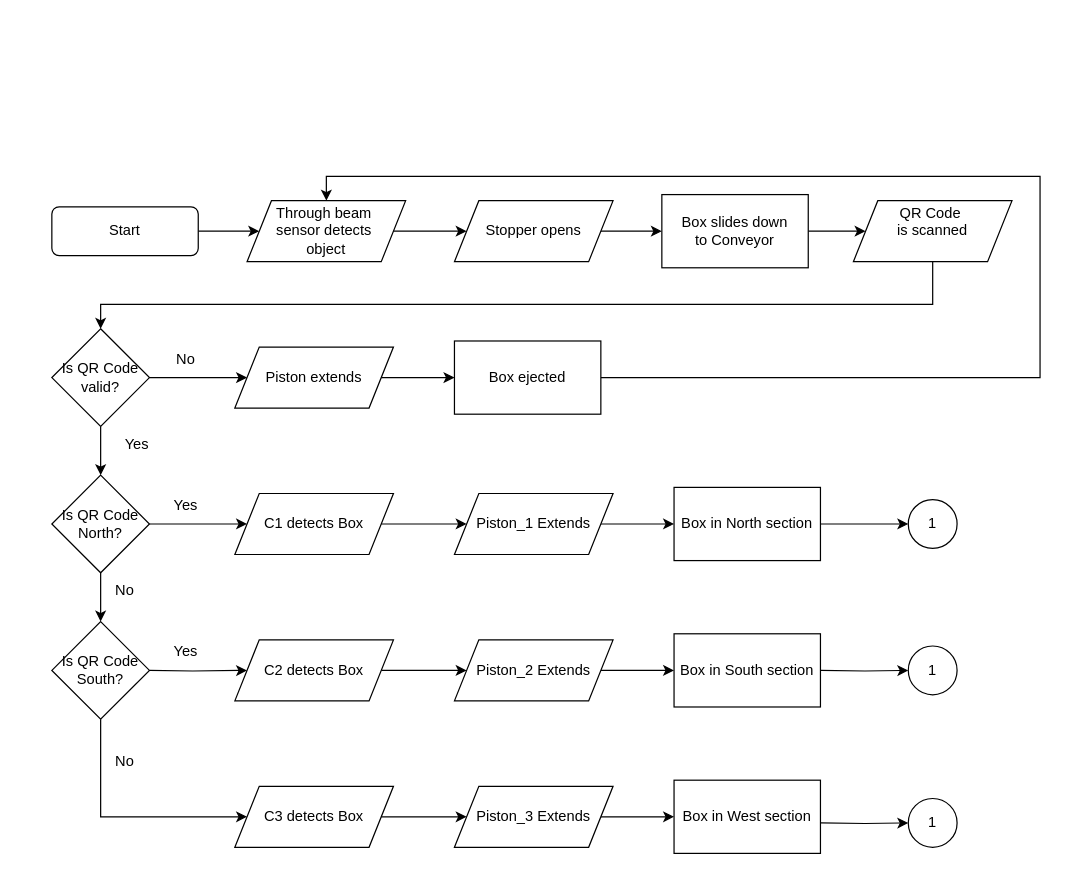
dbarif/Diagrams.netd_b keeps this draw.io diagram as Assigbnebt 1 Process Flowchart.drawio. Above is the earlier version. Source tidied: cells renumbered, new cells numbered last; positions are measured from the earlier drawing's top-left corner, leaving out a move shared by most shapes. Both pictures are drawn from the tidied source at 122%, with x=0, y=0 at pixel (51, 176).
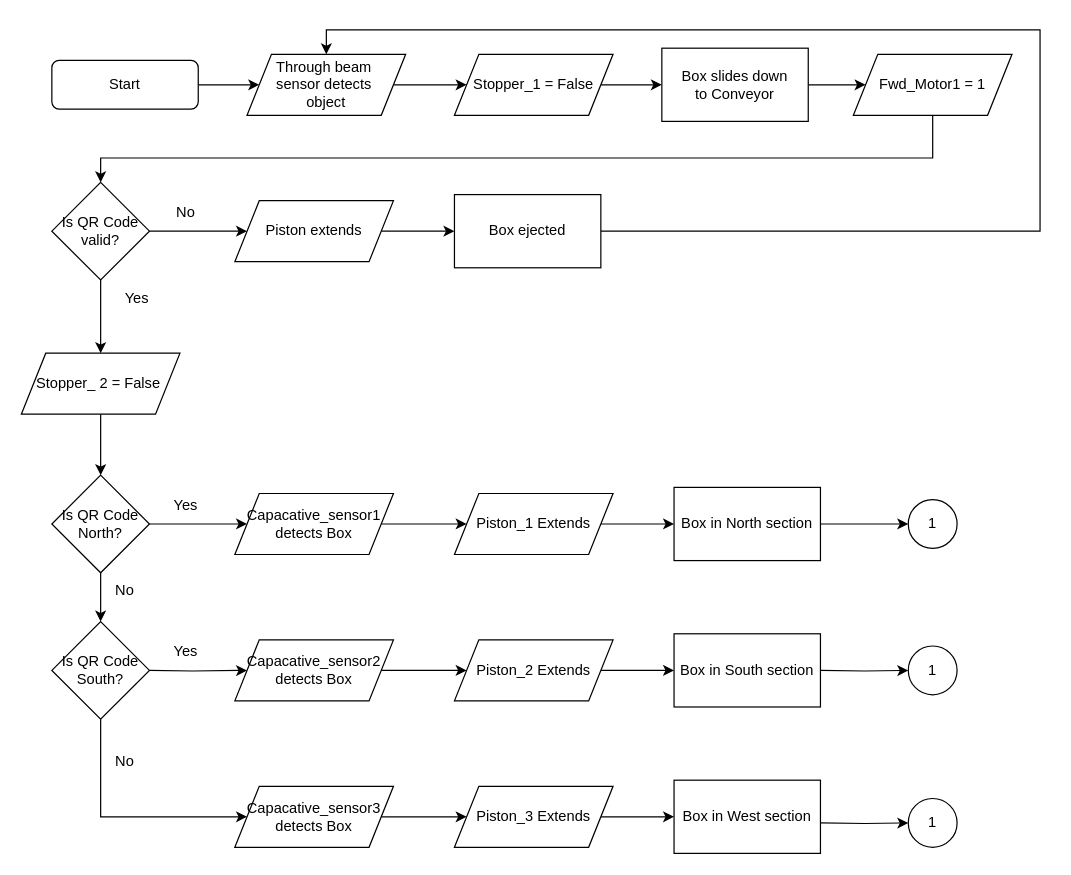
Above is the later version.

Unchanged cells that the change refers to:
```xml
<mxCell id="21" value="Is QR Code&lt;div&gt;North?&lt;/div&gt;" style="rhombus;whiteSpace=wrap;html=1;" parent="1" vertex="1">
  <mxGeometry y="245" width="80" height="80" as="geometry" />
</mxCell>
```

The edit, as a diff of the source:
```diff
@@
     <mxCell id="3" value="Start" style="rounded=1;whiteSpace=wrap;html=1;fontSize=12;glass=0;strokeWidth=1;shadow=0;" parent="1" vertex="1">
-      <mxGeometry y="25" width="120" height="40" as="geometry" />
+      <mxGeometry y="-95" width="120" height="40" as="geometry" />
     </mxCell>
@@
     <mxCell id="5" value="Through beam&amp;nbsp;&lt;div&gt;sensor detects&amp;nbsp;&lt;/div&gt;&lt;div&gt;object&lt;/div&gt;" style="shape=parallelogram;perimeter=parallelogramPerimeter;whiteSpace=wrap;html=1;fixedSize=1;" parent="1" vertex="1">
-      <mxGeometry x="160" y="20" width="130" height="50" as="geometry" />
+      <mxGeometry x="160" y="-100" width="130" height="50" as="geometry" />
     </mxCell>
@@
-    <mxCell id="7" value="Stopper opens" style="shape=parallelogram;perimeter=parallelogramPerimeter;whiteSpace=wrap;html=1;fixedSize=1;" parent="1" vertex="1">
-      <mxGeometry x="330" y="20" width="130" height="50" as="geometry" />
+    <mxCell id="7" value="Stopper_1 = False" style="shape=parallelogram;perimeter=parallelogramPerimeter;whiteSpace=wrap;html=1;fixedSize=1;" parent="1" vertex="1">
+      <mxGeometry x="330" y="-100" width="130" height="50" as="geometry" />
     </mxCell>
@@
     <mxCell id="9" value="Box slides down&lt;div&gt;to Conveyor&lt;/div&gt;" style="rounded=0;whiteSpace=wrap;html=1;" parent="1" vertex="1">
-      <mxGeometry x="500" y="15" width="120" height="60" as="geometry" />
+      <mxGeometry x="500" y="-105" width="120" height="60" as="geometry" />
     </mxCell>
     <mxCell id="10" style="edgeStyle=orthogonalEdgeStyle;rounded=0;jettySize=auto;html=1;entryX=0.5;entryY=0;entryDx=0;entryDy=0;" parent="1" edge="1" source="11" target="14">
       <mxGeometry relative="1" as="geometry">
         <Array as="points">
-          <mxPoint x="722" y="105" />
-          <mxPoint x="40" y="105" />
+          <mxPoint x="722" y="-15" />
+          <mxPoint x="40" y="-15" />
         </Array>
       </mxGeometry>
     </mxCell>
-    <mxCell id="11" value="QR Code&amp;nbsp;&lt;div&gt;is scanned&lt;div&gt;&lt;br&gt;&lt;/div&gt;&lt;/div&gt;" style="shape=parallelogram;perimeter=parallelogramPerimeter;whiteSpace=wrap;html=1;fixedSize=1;" parent="1" vertex="1">
-      <mxGeometry x="657" y="20" width="130" height="50" as="geometry" />
+    <mxCell id="11" value="Fwd_Motor1 = 1" style="shape=parallelogram;perimeter=parallelogramPerimeter;whiteSpace=wrap;html=1;fixedSize=1;" parent="1" vertex="1">
+      <mxGeometry x="657" y="-100" width="130" height="50" as="geometry" />
     </mxCell>
@@
-    <mxCell id="13" style="edgeStyle=orthogonalEdgeStyle;rounded=0;jettySize=auto;html=1;entryX=0.5;entryY=0;entryDx=0;entryDy=0;" parent="1" edge="1" source="14" target="21">
-      <mxGeometry relative="1" as="geometry" />
-    </mxCell>
+    <mxCell id="52" style="edgeStyle=orthogonalEdgeStyle;rounded=0;jettySize=auto;html=1;" parent="1" edge="1" source="14" target="54">
+      <mxGeometry relative="1" as="geometry" />
+    </mxCell>
     <mxCell id="14" value="Is QR Code valid?" style="rhombus;whiteSpace=wrap;html=1;" parent="1" vertex="1">
-      <mxGeometry y="125" width="80" height="80" as="geometry" />
+      <mxGeometry y="5" width="80" height="80" as="geometry" />
     </mxCell>
@@
     <mxCell id="16" value="Piston extends" style="shape=parallelogram;perimeter=parallelogramPerimeter;whiteSpace=wrap;html=1;fixedSize=1;" parent="1" vertex="1">
-      <mxGeometry x="150" y="140" width="130" height="50" as="geometry" />
+      <mxGeometry x="150" y="20" width="130" height="50" as="geometry" />
     </mxCell>
     <mxCell id="17" style="edgeStyle=orthogonalEdgeStyle;rounded=0;jettySize=auto;html=1;entryX=0.5;entryY=0;entryDx=0;entryDy=0;" parent="1" edge="1" source="18" target="5">
       <mxGeometry relative="1" as="geometry">
         <Array as="points">
-          <mxPoint x="810" y="165" />
-          <mxPoint x="810" />
-          <mxPoint x="225" />
+          <mxPoint x="810" y="45" />
+          <mxPoint x="810" y="-120" />
+          <mxPoint x="225" y="-120" />
         </Array>
       </mxGeometry>
     </mxCell>
     <mxCell id="18" value="Box ejected" style="rounded=0;whiteSpace=wrap;html=1;" parent="1" vertex="1">
-      <mxGeometry x="330" y="135" width="120" height="60" as="geometry" />
+      <mxGeometry x="330" y="15" width="120" height="60" as="geometry" />
     </mxCell>
@@
-    <mxCell id="25" value="C1 detects Box" style="shape=parallelogram;perimeter=parallelogramPerimeter;whiteSpace=wrap;html=1;fixedSize=1;" parent="1" vertex="1">
+    <mxCell id="25" value="Capacative_sensor1 detects Box" style="shape=parallelogram;perimeter=parallelogramPerimeter;whiteSpace=wrap;html=1;fixedSize=1;" parent="1" vertex="1">
       <mxGeometry x="150" y="260" width="130" height="50" as="geometry" />
     </mxCell>
@@
-    <mxCell id="30" value="C2 detects Box" style="shape=parallelogram;perimeter=parallelogramPerimeter;whiteSpace=wrap;html=1;fixedSize=1;" parent="1" vertex="1">
+    <mxCell id="30" value="Capacative_sensor2 detects Box" style="shape=parallelogram;perimeter=parallelogramPerimeter;whiteSpace=wrap;html=1;fixedSize=1;" parent="1" vertex="1">
       <mxGeometry x="150" y="380" width="130" height="50" as="geometry" />
     </mxCell>
@@
-    <mxCell id="34" value="C3 detects Box" style="shape=parallelogram;perimeter=parallelogramPerimeter;whiteSpace=wrap;html=1;fixedSize=1;" parent="1" vertex="1">
+    <mxCell id="34" value="Capacative_sensor3 detects Box" style="shape=parallelogram;perimeter=parallelogramPerimeter;whiteSpace=wrap;html=1;fixedSize=1;" parent="1" vertex="1">
       <mxGeometry x="150" y="500" width="130" height="50" as="geometry" />
     </mxCell>
@@
     <mxCell id="46" value="No" style="text;html=1;align=center;verticalAlign=middle;whiteSpace=wrap;rounded=0;" parent="1" vertex="1">
-      <mxGeometry x="80" y="135" width="60" height="30" as="geometry" />
+      <mxGeometry x="80" y="15" width="60" height="30" as="geometry" />
     </mxCell>
@@
     <mxCell id="49" value="Yes" style="text;html=1;align=center;verticalAlign=middle;whiteSpace=wrap;rounded=0;" parent="1" vertex="1">
-      <mxGeometry x="40" y="205" width="60" height="30" as="geometry" />
+      <mxGeometry x="40" y="85" width="60" height="30" as="geometry" />
     </mxCell>
@@
+    <mxCell id="53" style="edgeStyle=orthogonalEdgeStyle;rounded=0;jettySize=auto;html=1;" parent="1" edge="1" source="54" target="21">
+      <mxGeometry relative="1" as="geometry" />
+    </mxCell>
+    <mxCell id="54" value="Stopper_ 2 = False&amp;nbsp;" style="shape=parallelogram;perimeter=parallelogramPerimeter;whiteSpace=wrap;html=1;fixedSize=1;" parent="1" vertex="1">
+      <mxGeometry x="-25" y="145" width="130" height="50" as="geometry" />
+    </mxCell>
```
